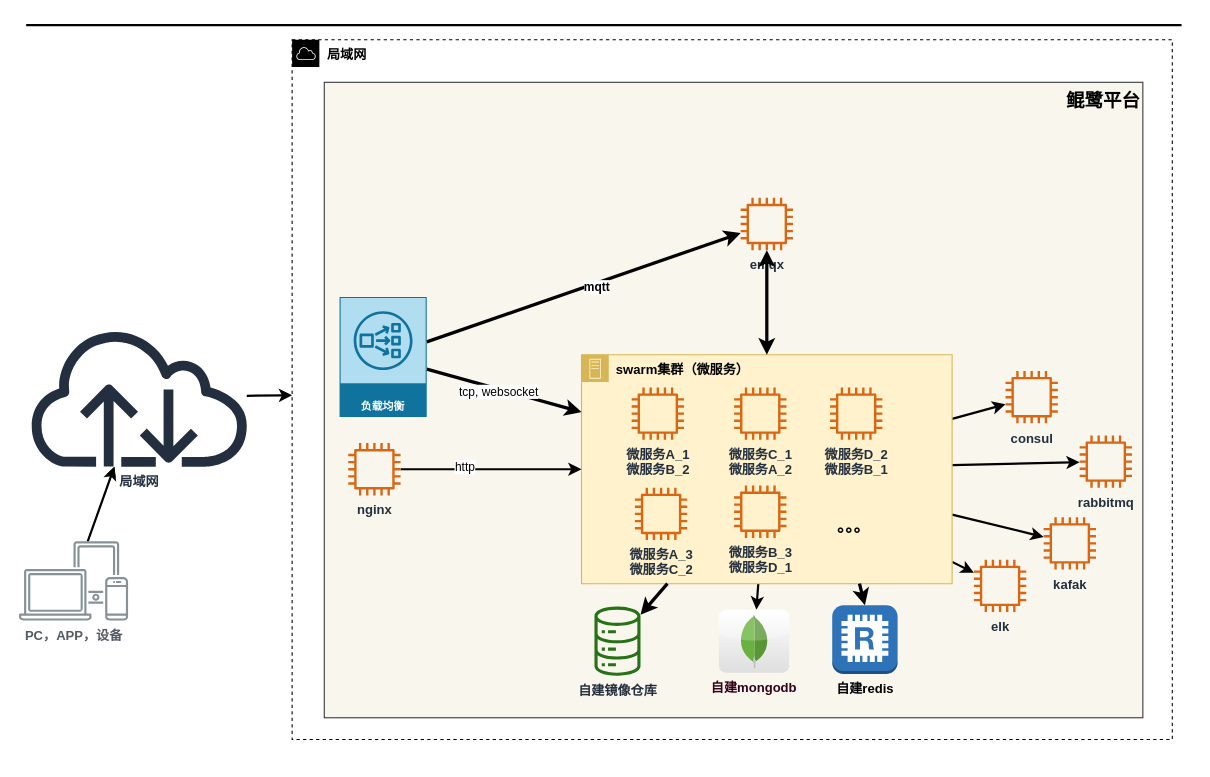
Above: cloud_local.drawio in jimmy0/chart (draw.io), before the change. Source tidied: cells renumbered, new cells numbered last; positions are measured from the earlier drawing's top-left corner, leaving out a move shared by most shapes. Both pictures are drawn from the tidied source at 109%, with x=0, y=0 at pixel (19, 20). Pictures stored in the file or linked from it are replaced by grey dashed boxes.
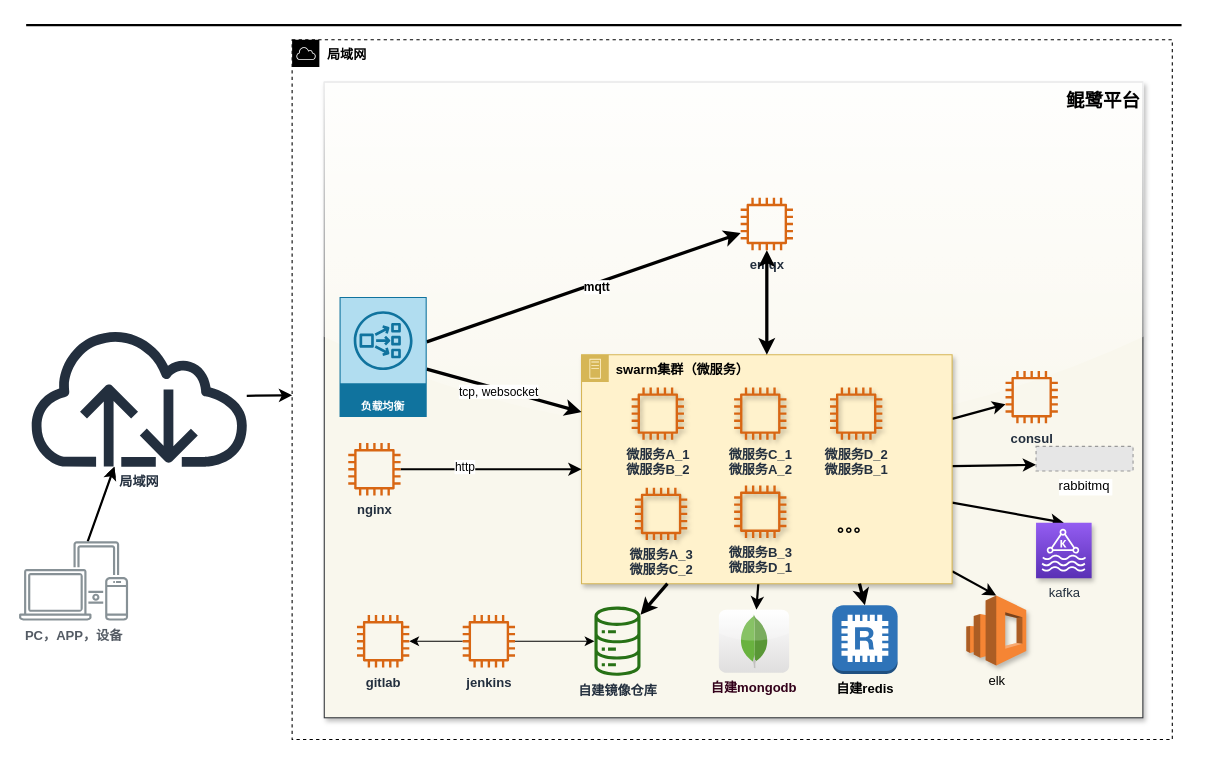
After the change.

The change refers to these unchanged cells:
```xml
<mxCell id="26" value="自建镜像仓库" style="outlineConnect=0;fontColor=#232F3E;gradientColor=none;fillColor=#277116;strokeColor=none;dashed=0;verticalLabelPosition=bottom;verticalAlign=top;align=center;html=1;fontSize=12;fontStyle=1;shape=mxgraph.aws4.iot_analytics_data_store;" parent="1" vertex="1">
  <mxGeometry x="527" y="538" width="44" height="63.5" as="geometry" />
</mxCell>
```

Change to the diagram source:
```diff
@@
-    <mxCell id="3" value="鲲鹭平台" style="verticalAlign=top;fontStyle=1;fillColor=#f9f7ed;fontSize=17;strokeColor=#36393d;align=right;gradientDirection=east;" parent="1" vertex="1">
+    <mxCell id="3" value="鲲鹭平台" style="verticalAlign=top;fontStyle=1;fillColor=#f9f7ed;fontSize=17;strokeColor=#36393d;align=right;gradientDirection=east;rounded=0;shadow=1;glass=1;" parent="1" vertex="1">
       <mxGeometry x="280" y="57" width="751" height="583" as="geometry" />
     </mxCell>
@@
-    <mxCell id="5" style="edgeStyle=none;rounded=0;jettySize=auto;html=1;fontFamily=Tahoma;fontSize=15;fontStyle=1;strokeWidth=2;" parent="1" edge="1" source="9" target="27">
+    <mxCell id="5" style="edgeStyle=none;rounded=0;jettySize=auto;html=1;fontFamily=Tahoma;fontSize=15;fontStyle=1;strokeWidth=2;entryX=0;entryY=0.75;entryDx=0;entryDy=0;" parent="1" edge="1" source="9" target="27">
       <mxGeometry relative="1" as="geometry" />
     </mxCell>
-    <mxCell id="6" style="edgeStyle=none;rounded=0;jettySize=auto;html=1;fontFamily=Tahoma;fontSize=15;fontStyle=1;strokeWidth=2;" parent="1" edge="1" source="9" target="28">
+    <mxCell id="6" style="edgeStyle=none;rounded=0;jettySize=auto;html=1;fontFamily=Tahoma;fontSize=15;fontStyle=1;strokeWidth=2;entryX=0.5;entryY=0;entryDx=0;entryDy=0;entryPerimeter=0;" parent="1" edge="1" source="9" target="46">
       <mxGeometry relative="1" as="geometry" />
     </mxCell>
-    <mxCell id="7" style="edgeStyle=none;rounded=0;jettySize=auto;html=1;fontFamily=Tahoma;fontSize=15;fontStyle=1;strokeWidth=2;" parent="1" edge="1" source="9" target="29">
+    <mxCell id="7" style="edgeStyle=none;rounded=0;jettySize=auto;html=1;fontFamily=Tahoma;fontSize=15;fontStyle=1;strokeWidth=2;entryX=0.5;entryY=0;entryDx=0;entryDy=0;entryPerimeter=0;" parent="1" edge="1" source="9" target="29">
       <mxGeometry relative="1" as="geometry" />
     </mxCell>
@@
-    <mxCell id="9" value="swarm集群（微服务）" style="points=[[0,0],[0.25,0],[0.5,0],[0.75,0],[1,0],[1,0.25],[1,0.5],[1,0.75],[1,1],[0.75,1],[0.5,1],[0.25,1],[0,1],[0,0.75],[0,0.5],[0,0.25]];outlineConnect=0;html=1;whiteSpace=wrap;fontSize=12;fontStyle=1;shape=mxgraph.aws4.group;grIcon=mxgraph.aws4.group_on_premise;strokeColor=#d6b656;fillColor=#fff2cc;verticalAlign=top;align=left;spacingLeft=30;dashed=0;" parent="1" vertex="1">
+    <mxCell id="9" value="swarm集群（微服务）" style="points=[[0,0],[0.25,0],[0.5,0],[0.75,0],[1,0],[1,0.25],[1,0.5],[1,0.75],[1,1],[0.75,1],[0.5,1],[0.25,1],[0,1],[0,0.75],[0,0.5],[0,0.25]];outlineConnect=0;html=1;whiteSpace=wrap;fontSize=12;fontStyle=1;shape=mxgraph.aws4.group;grIcon=mxgraph.aws4.group_on_premise;strokeColor=#d6b656;fillColor=#fff2cc;verticalAlign=top;align=left;spacingLeft=30;dashed=0;shadow=1;" parent="1" vertex="1">
       <mxGeometry x="516" y="307" width="340" height="210" as="geometry" />
     </mxCell>
@@
-    <mxCell id="18" value="微服务A_1&lt;br&gt;微服务B_2" style="fontColor=#232F3E;gradientColor=none;fillColor=#D86613;strokeColor=none;dashed=0;verticalLabelPosition=bottom;verticalAlign=top;align=center;html=1;fontSize=12;fontStyle=1;shape=mxgraph.aws4.instance2;" parent="1" vertex="1">
+    <mxCell id="18" value="微服务A_1&lt;br&gt;微服务B_2" style="fontColor=#232F3E;gradientColor=none;fillColor=#D86613;strokeColor=none;dashed=0;verticalLabelPosition=bottom;verticalAlign=top;align=center;html=1;fontSize=12;fontStyle=1;shape=mxgraph.aws4.instance2;shadow=1;" parent="1" vertex="1">
       <mxGeometry x="562" y="337" width="48" height="48" as="geometry" />
     </mxCell>
-    <mxCell id="19" value="微服务C_1&lt;br&gt;微服务A_2" style="fontColor=#232F3E;gradientColor=none;fillColor=#D86613;strokeColor=none;dashed=0;verticalLabelPosition=bottom;verticalAlign=top;align=center;html=1;fontSize=12;fontStyle=1;shape=mxgraph.aws4.instance2;" parent="1" vertex="1">
+    <mxCell id="19" value="微服务C_1&lt;br&gt;微服务A_2" style="fontColor=#232F3E;gradientColor=none;fillColor=#D86613;strokeColor=none;dashed=0;verticalLabelPosition=bottom;verticalAlign=top;align=center;html=1;fontSize=12;fontStyle=1;shape=mxgraph.aws4.instance2;shadow=1;" parent="1" vertex="1">
       <mxGeometry x="656" y="337" width="48" height="48" as="geometry" />
     </mxCell>
-    <mxCell id="20" value="微服务A_3&lt;br&gt;微服务C_2" style="fontColor=#232F3E;gradientColor=none;fillColor=#D86613;strokeColor=none;dashed=0;verticalLabelPosition=bottom;verticalAlign=top;align=center;html=1;fontSize=12;fontStyle=1;shape=mxgraph.aws4.instance2;direction=north;" parent="1" vertex="1">
+    <mxCell id="20" value="微服务A_3&lt;br&gt;微服务C_2" style="fontColor=#232F3E;gradientColor=none;fillColor=#D86613;strokeColor=none;dashed=0;verticalLabelPosition=bottom;verticalAlign=top;align=center;html=1;fontSize=12;fontStyle=1;shape=mxgraph.aws4.instance2;direction=north;shadow=1;" parent="1" vertex="1">
       <mxGeometry x="565" y="429" width="48" height="48" as="geometry" />
     </mxCell>
@@
-    <mxCell id="22" value="微服务B_3&lt;br&gt;微服务D_1" style="fontColor=#232F3E;gradientColor=none;fillColor=#D86613;strokeColor=none;dashed=0;verticalLabelPosition=bottom;verticalAlign=top;align=center;html=1;fontSize=12;fontStyle=1;shape=mxgraph.aws4.instance2;" parent="1" vertex="1">
+    <mxCell id="22" value="微服务B_3&lt;br&gt;微服务D_1" style="fontColor=#232F3E;gradientColor=none;fillColor=#D86613;strokeColor=none;dashed=0;verticalLabelPosition=bottom;verticalAlign=top;align=center;html=1;fontSize=12;fontStyle=1;shape=mxgraph.aws4.instance2;shadow=1;" parent="1" vertex="1">
       <mxGeometry x="656" y="427" width="48" height="48" as="geometry" />
     </mxCell>
-    <mxCell id="23" value="微服务D_2&lt;br&gt;微服务B_1" style="fontColor=#232F3E;gradientColor=none;fillColor=#D86613;strokeColor=none;dashed=0;verticalLabelPosition=bottom;verticalAlign=top;align=center;html=1;fontSize=12;fontStyle=1;shape=mxgraph.aws4.instance2;" parent="1" vertex="1">
+    <mxCell id="23" value="微服务D_2&lt;br&gt;微服务B_1" style="fontColor=#232F3E;gradientColor=none;fillColor=#D86613;strokeColor=none;dashed=0;verticalLabelPosition=bottom;verticalAlign=top;align=center;html=1;fontSize=12;fontStyle=1;shape=mxgraph.aws4.instance2;direction=south;shadow=1;" parent="1" vertex="1">
       <mxGeometry x="744" y="337" width="48" height="48" as="geometry" />
     </mxCell>
@@
-    <mxCell id="27" value="rabbitmq" style="outlineConnect=0;fontColor=#232F3E;gradientColor=none;fillColor=#D86613;strokeColor=none;dashed=0;verticalLabelPosition=bottom;verticalAlign=top;align=center;html=1;fontSize=12;fontStyle=1;shape=mxgraph.aws4.instance2;" parent="1" vertex="1">
-      <mxGeometry x="973" y="381" width="48" height="48" as="geometry" />
-    </mxCell>
-    <mxCell id="28" value="kafak" style="outlineConnect=0;fontColor=#232F3E;gradientColor=none;fillColor=#D86613;strokeColor=none;dashed=0;verticalLabelPosition=bottom;verticalAlign=top;align=center;html=1;fontSize=12;fontStyle=1;shape=mxgraph.aws4.instance2;" parent="1" vertex="1">
-      <mxGeometry x="940" y="456" width="48" height="48" as="geometry" />
-    </mxCell>
-    <mxCell id="29" value="elk" style="outlineConnect=0;fontColor=#232F3E;gradientColor=none;fillColor=#D86613;strokeColor=none;dashed=0;verticalLabelPosition=bottom;verticalAlign=top;align=center;html=1;fontSize=12;fontStyle=1;shape=mxgraph.aws4.instance2;" parent="1" vertex="1">
-      <mxGeometry x="876" y="495" width="48" height="48" as="geometry" />
-    </mxCell>
@@
+    <mxCell id="42" style="edgeStyle=orthogonalEdgeStyle;rounded=0;jettySize=auto;html=1;" parent="1" edge="1" source="44" target="45">
+      <mxGeometry relative="1" as="geometry" />
+    </mxCell>
+    <mxCell id="43" style="edgeStyle=orthogonalEdgeStyle;rounded=0;jettySize=auto;html=1;" parent="1" edge="1" source="44" target="26">
+      <mxGeometry relative="1" as="geometry" />
+    </mxCell>
+    <mxCell id="44" value="jenkins" style="outlineConnect=0;fontColor=#232F3E;gradientColor=none;fillColor=#D86613;strokeColor=none;dashed=0;verticalLabelPosition=bottom;verticalAlign=top;align=center;html=1;fontSize=12;fontStyle=1;shape=mxgraph.aws4.instance2;" parent="1" vertex="1">
+      <mxGeometry x="407" y="545.8" width="48" height="48" as="geometry" />
+    </mxCell>
+    <mxCell id="45" value="gitlab" style="outlineConnect=0;fontColor=#232F3E;gradientColor=none;fillColor=#D86613;strokeColor=none;dashed=0;verticalLabelPosition=bottom;verticalAlign=top;align=center;html=1;fontSize=12;fontStyle=1;shape=mxgraph.aws4.instance2;" parent="1" vertex="1">
+      <mxGeometry x="310" y="545.8" width="48" height="48" as="geometry" />
+    </mxCell>
+    <mxCell id="46" value="kafka" style="points=[[0,0,0],[0.25,0,0],[0.5,0,0],[0.75,0,0],[1,0,0],[0,1,0],[0.25,1,0],[0.5,1,0],[0.75,1,0],[1,1,0],[0,0.25,0],[0,0.5,0],[0,0.75,0],[1,0.25,0],[1,0.5,0],[1,0.75,0]];outlineConnect=0;fontColor=#232F3E;gradientColor=#945DF2;gradientDirection=north;fillColor=#5A30B5;strokeColor=#ffffff;dashed=0;verticalLabelPosition=bottom;verticalAlign=top;align=center;html=1;fontSize=12;fontStyle=0;shape=mxgraph.aws4.resourceIcon;resIcon=mxgraph.aws4.managed_streaming_for_kafka;rounded=0;shadow=1;glass=1;" parent="1" vertex="1">
+      <mxGeometry x="933" y="461" width="51" height="51" as="geometry" />
+    </mxCell>
+    <mxCell id="29" value="elk" style="outlineConnect=0;dashed=0;verticalLabelPosition=bottom;verticalAlign=top;align=center;html=1;shape=mxgraph.aws3.elasticsearch_service;fillColor=#F58534;gradientColor=none;rounded=0;shadow=1;glass=1;" parent="1" vertex="1">
+      <mxGeometry x="869" y="527.8" width="55" height="64.2" as="geometry" />
+    </mxCell>
+    <mxCell id="27" value="rabbitmq" style="fillColor=#E6E6E6;strokeColor=#999999;dashed=1;verticalLabelPosition=bottom;labelBackgroundColor=#ffffff;verticalAlign=top;" parent="1" vertex="1">
+      <mxGeometry x="933" y="391" width="89" height="22.6" as="geometry" />
+    </mxCell>
```
